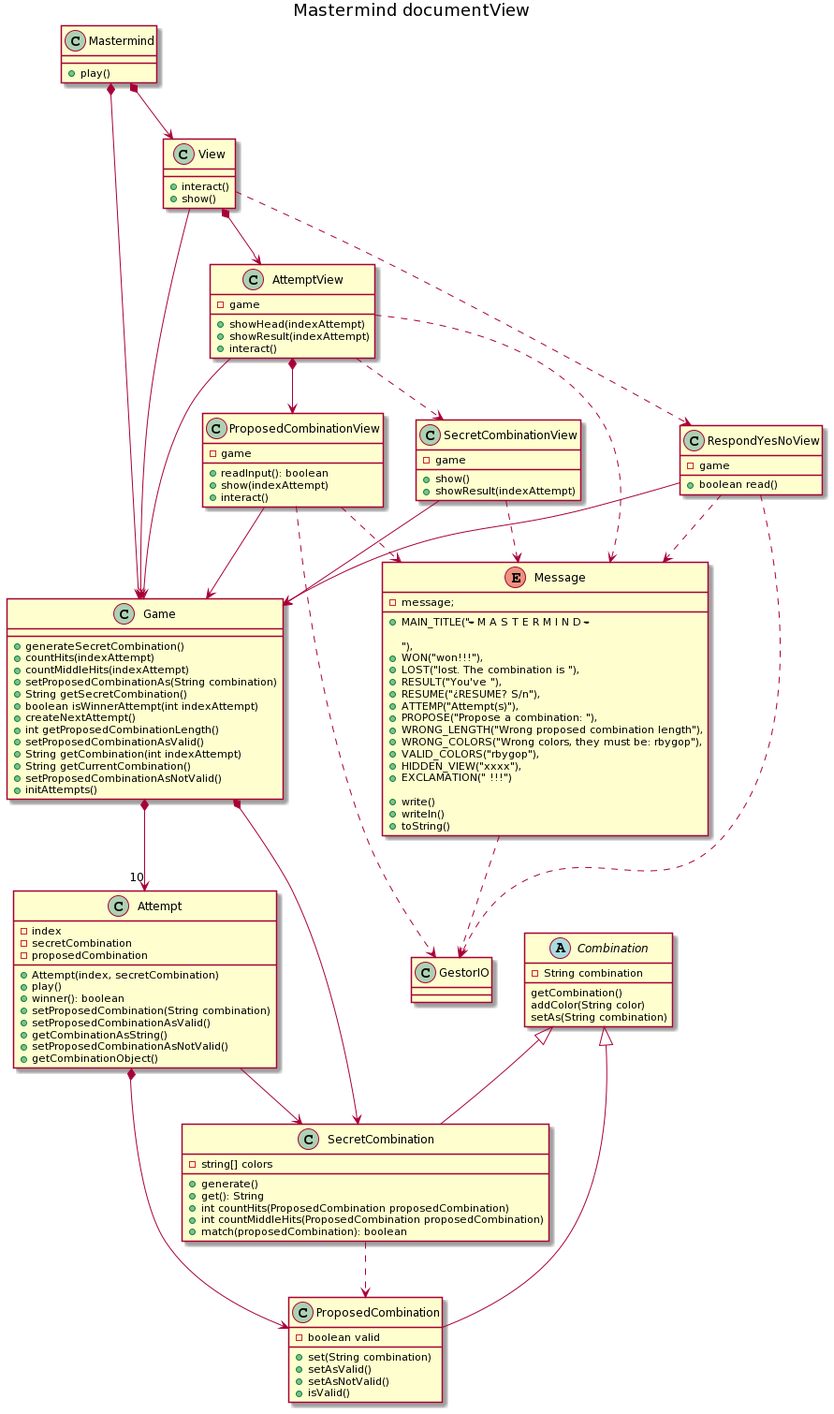
The PlantUML diagram matermind-vistapublica-documentView.png in Master-Desarrollo-20-21/diseno-oo-ejercicio2-mastermind-document-view-arpafer, before a commit. The source it was exported from:
```plantuml
@startuml
title Mastermind documentView

class Mastermind {
   + play()

}

Mastermind *--> View
Mastermind *--> Game

View *--> AttemptView
View ..> RespondYesNoView

View --> Game
class View {
  +interact()
  +show()
}
AttemptView --> Game
AttemptView ..> Message
AttemptView *--> ProposedCombinationView
AttemptView ..> SecretCombinationView

SecretCombinationView --> Game
ProposedCombinationView --> Game
RespondYesNoView --> Game


SecretCombinationView ..> Message
ProposedCombinationView ..> Message
ProposedCombinationView ..> GestorIO
RespondYesNoView ..> Message

class Game  {
   +generateSecretCombination()
   +countHits(indexAttempt)
   +countMiddleHits(indexAttempt)
   +setProposedCombinationAs(String combination)
   +String getSecretCombination()
   +boolean isWinnerAttempt(int indexAttempt)
   +createNextAttempt()
   +int getProposedCombinationLength()
   +setProposedCombinationAsValid()
   +String getCombination(int indexAttempt)
   +String getCurrentCombination()
   +setProposedCombinationAsNotValid()
   +initAttempts()
}
Game *--> "10" Attempt
Game *--> SecretCombination

class AttemptView {
   -game
   + showHead(indexAttempt)
   + showResult(indexAttempt)
   +interact()
}
class SecretCombinationView {
    -game
    + show()
    + showResult(indexAttempt)
}
class ProposedCombinationView {
   -game
   + readInput(): boolean
   + show(indexAttempt)
   +interact()
}

RespondYesNoView ..> GestorIO
class RespondYesNoView {
   -game
   +boolean read()
}

abstract class Combination {
   - String combination
   getCombination()
   addColor(String color)
   setAs(String combination)
}
class SecretCombination {
   - string[] colors
   + generate()
   + get(): String
   +int countHits(ProposedCombination proposedCombination)
   +int countMiddleHits(ProposedCombination proposedCombination)
   + match(proposedCombination): boolean
}

class ProposedCombination {
   -boolean valid
   +set(String combination)
   +setAsValid()
   +setAsNotValid()
   +isValid()
}

SecretCombination ..> ProposedCombination

Combination <|-- SecretCombination
Combination <|-- ProposedCombination

class Attempt {
   -index
   -secretCombination
   -proposedCombination
   + Attempt(index, secretCombination)
   + play()
   + winner(): boolean
   + setProposedCombination(String combination)
   + setProposedCombinationAsValid()
   + getCombinationAsString()
   + setProposedCombinationAsNotValid()
   + getCombinationObject()
}

Attempt *--> ProposedCombination
Attempt --> SecretCombination

enum Message {
   - message;
   +MAIN_TITLE("----- M A S T E R M I N D -----\n\n"),
   +WON("won!!!"),
   +LOST("lost. The combination is "),
   +RESULT("You've "),
   +RESUME("¿RESUME? S/n"),
   +ATTEMP("Attempt(s)"),
   +PROPOSE("Propose a combination: "),
   +WRONG_LENGTH("Wrong proposed combination length"),
   +WRONG_COLORS("Wrong colors, they must be: rbygop"),
   +VALID_COLORS("rbygop"),
   +HIDDEN_VIEW("xxxx"),
   +EXCLAMATION(" !!!")

   +write()
   +writeln()
   +toString()
}

Message ..> GestorIO
@enduml
```
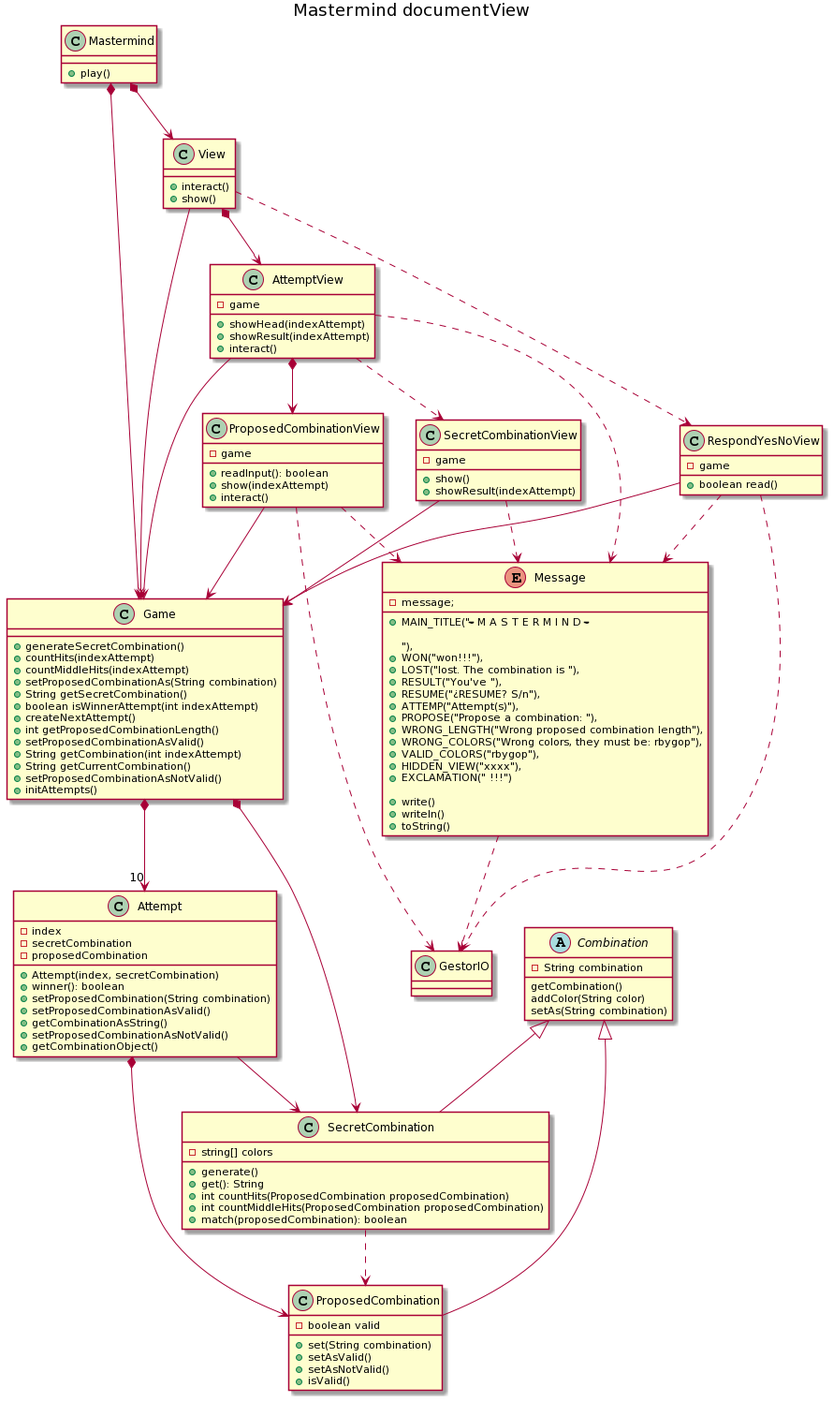
Later version of the same file.

Commit message:
Segundo commit. Se quita el método play de Attempt en el diagrama

Change to the diagram source:
```diff
@@ -107,7 +107,6 @@
    -secretCombination
    -proposedCombination
    + Attempt(index, secretCombination)
-   + play()
    + winner(): boolean
    + setProposedCombination(String combination)
    + setProposedCombinationAsValid()
```
